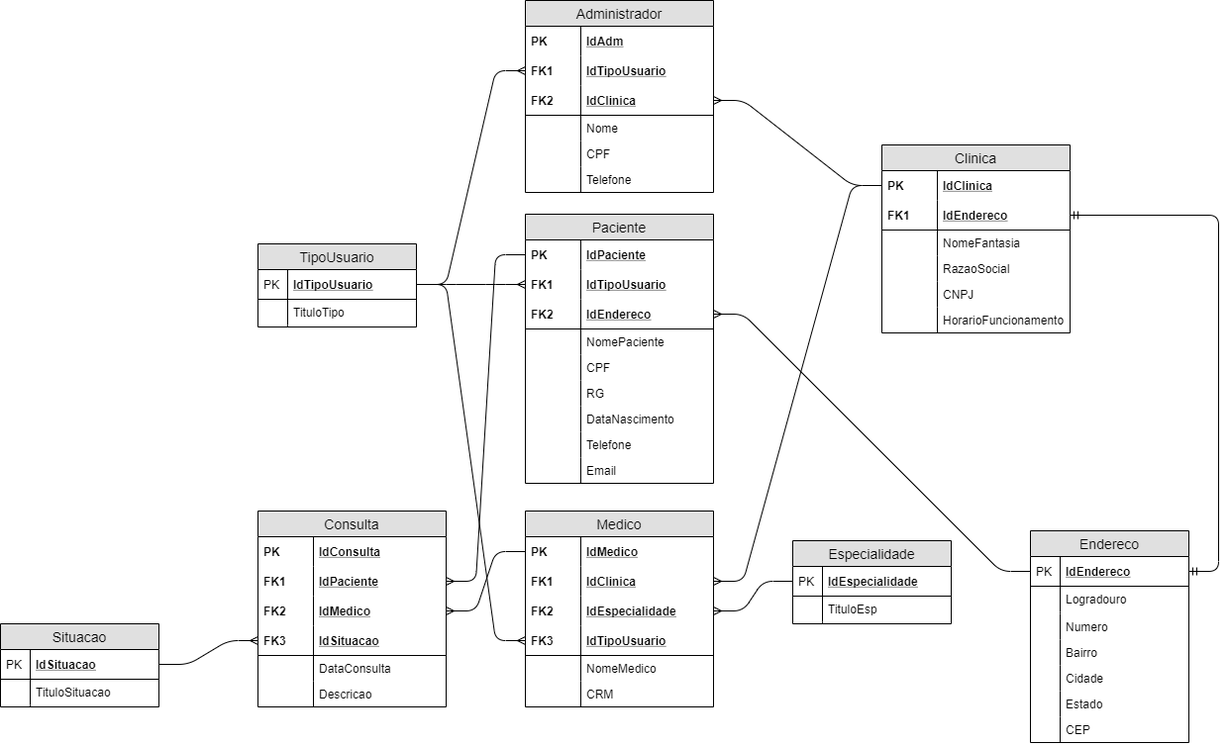
Earlier version of the draw.io export Modelagem/ProjetoSPMedicalGroup-LOGICO.png (alexandre-ls94/Projeto-SPMedicalGroup). Source tidied: cells renumbered, new cells last; positions are measured from the earlier drawing's top-left corner, leaving out a move shared by most shapes.
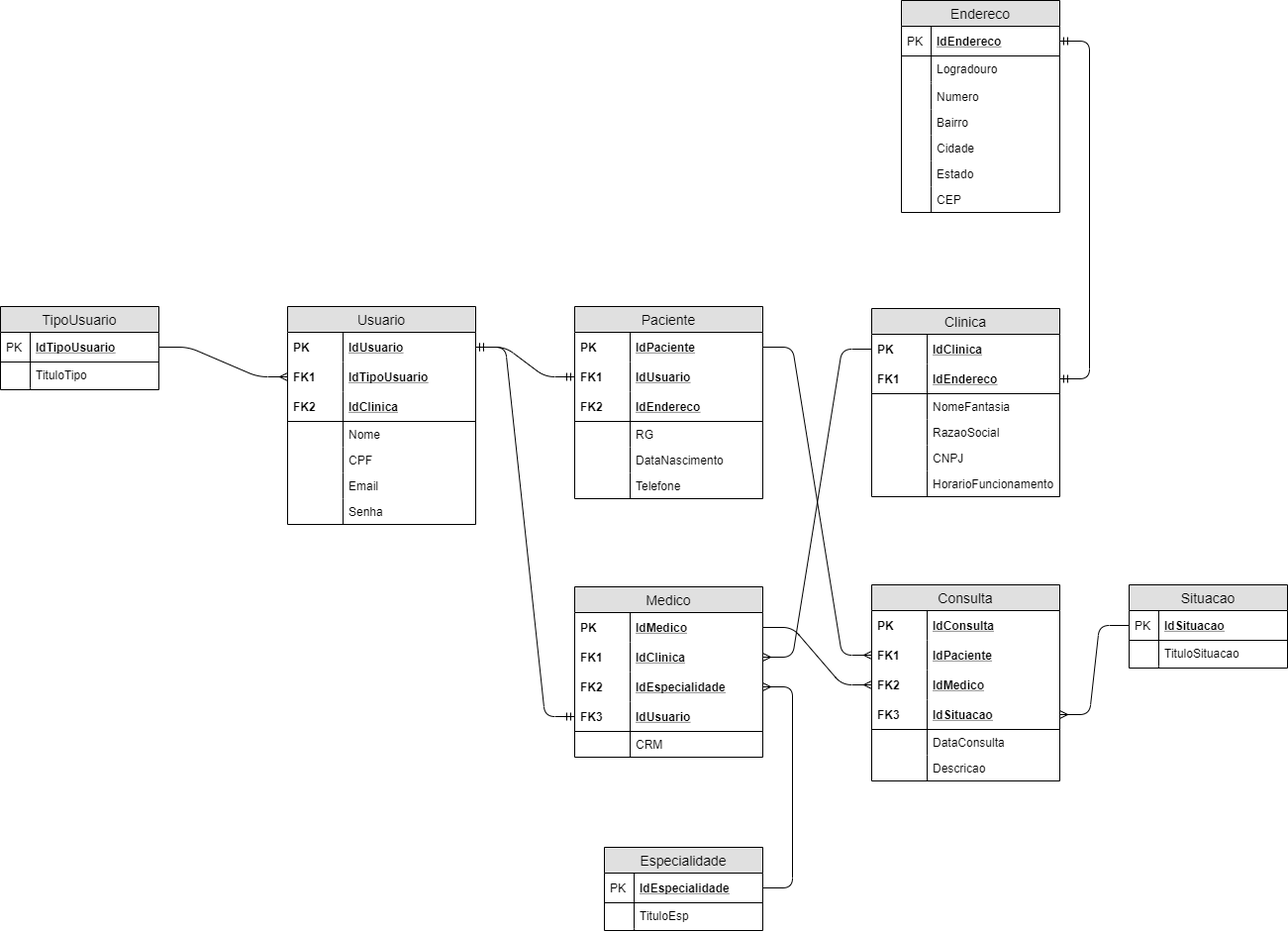
The same file after the commit.

Change to the diagram source:
```diff
@@ -3,7 +3,7 @@
     <mxCell id="0" />
     <mxCell id="1" parent="0" />
     <mxCell id="2" value="Situacao" style="swimlane;fontStyle=0;horizontal=1;startSize=26;fillColor=#e0e0e0;swimlaneFillColor=#ffffff;align=center;fontSize=14;" parent="1" vertex="1">
-      <mxGeometry y="630" width="160" height="84" as="geometry" />
+      <mxGeometry x="1140" y="586" width="160" height="84" as="geometry" />
     </mxCell>
     <mxCell id="3" value="IdSituacao" style="shape=partialRectangle;top=0;left=0;right=0;bottom=1;align=left;verticalAlign=middle;fillColor=none;spacingLeft=34;spacingRight=4;overflow=hidden;points=[[0,0.5],[1,0.5]];portConstraint=eastwest;fontStyle=5;fontSize=12;" parent="2" vertex="1">
       <mxGeometry y="26" width="160" height="30" as="geometry" />
@@ -24,7 +24,7 @@
       <mxGeometry width="30" height="2" as="geometry" />
     </mxCell>
     <mxCell id="9" value="Especialidade" style="swimlane;fontStyle=0;horizontal=1;startSize=26;fillColor=#e0e0e0;swimlaneFillColor=#ffffff;align=center;fontSize=14;" parent="1" vertex="1">
-      <mxGeometry x="800" y="546" width="160" height="84" as="geometry" />
+      <mxGeometry x="610" y="851" width="160" height="84" as="geometry" />
     </mxCell>
     <mxCell id="10" value="IdEspecialidade" style="shape=partialRectangle;top=0;left=0;right=0;bottom=1;align=left;verticalAlign=middle;fillColor=none;spacingLeft=34;spacingRight=4;overflow=hidden;points=[[0,0.5],[1,0.5]];portConstraint=eastwest;fontStyle=5;fontSize=12;" parent="9" vertex="1">
       <mxGeometry y="26" width="160" height="30" as="geometry" />
@@ -45,7 +45,7 @@
       <mxGeometry width="30" height="2" as="geometry" />
     </mxCell>
     <mxCell id="16" value="TipoUsuario" style="swimlane;fontStyle=0;horizontal=1;startSize=26;fillColor=#e0e0e0;swimlaneFillColor=#ffffff;align=center;fontSize=14;" parent="1" vertex="1">
-      <mxGeometry x="260" y="246" width="160" height="84" as="geometry" />
+      <mxGeometry y="305" width="160" height="84" as="geometry" />
     </mxCell>
     <mxCell id="17" value="IdTipoUsuario" style="shape=partialRectangle;top=0;left=0;right=0;bottom=1;align=left;verticalAlign=middle;fillColor=none;spacingLeft=34;spacingRight=4;overflow=hidden;points=[[0,0.5],[1,0.5]];portConstraint=eastwest;fontStyle=5;fontSize=12;" parent="16" vertex="1">
       <mxGeometry y="26" width="160" height="30" as="geometry" />
@@ -66,7 +66,7 @@
       <mxGeometry width="30" height="2" as="geometry" />
     </mxCell>
     <mxCell id="23" value="Endereco" style="swimlane;fontStyle=0;horizontal=1;startSize=26;fillColor=#e0e0e0;swimlaneFillColor=#ffffff;align=center;fontSize=14;" parent="1" vertex="1">
-      <mxGeometry x="1040" y="536" width="160" height="214" as="geometry" />
+      <mxGeometry x="910" y="-4" width="160" height="214" as="geometry" />
     </mxCell>
     <mxCell id="24" value="IdEndereco" style="shape=partialRectangle;top=0;left=0;right=0;bottom=1;align=left;verticalAlign=middle;fillColor=none;spacingLeft=34;spacingRight=4;overflow=hidden;points=[[0,0.5],[1,0.5]];portConstraint=eastwest;fontStyle=5;fontSize=12;" parent="23" vertex="1">
       <mxGeometry y="26" width="160" height="30" as="geometry" />
@@ -117,7 +117,7 @@
       <mxGeometry width="30" height="26" as="geometry" />
     </mxCell>
     <mxCell id="40" value="Clinica" style="swimlane;fontStyle=0;horizontal=1;startSize=26;fillColor=#e0e0e0;swimlaneFillColor=#ffffff;align=center;fontSize=14;" parent="1" vertex="1">
-      <mxGeometry x="890" y="146" width="190" height="190" as="geometry" />
+      <mxGeometry x="880" y="307" width="190" height="190" as="geometry" />
     </mxCell>
     <mxCell id="41" value="IdClinica" style="shape=partialRectangle;top=0;left=0;right=0;bottom=0;align=left;verticalAlign=middle;fillColor=none;spacingLeft=60;spacingRight=4;overflow=hidden;points=[[0,0.5],[1,0.5]];portConstraint=eastwest;fontStyle=5;fontSize=12;" parent="40" vertex="1">
       <mxGeometry y="26" width="190" height="30" as="geometry" />
@@ -155,10 +155,10 @@
     <mxCell id="52" style="shape=partialRectangle;top=0;left=0;bottom=0;fillColor=none;align=left;verticalAlign=top;spacingLeft=4;spacingRight=4;overflow=hidden;fontSize=12;" parent="51" vertex="1">
       <mxGeometry width="56" height="26" as="geometry" />
     </mxCell>
-    <mxCell id="53" value="Administrador" style="swimlane;fontStyle=0;horizontal=1;startSize=26;fillColor=#e0e0e0;swimlaneFillColor=#ffffff;align=center;fontSize=14;" parent="1" vertex="1">
-      <mxGeometry x="530" width="190" height="194" as="geometry" />
+    <mxCell id="53" value="Usuario" style="swimlane;fontStyle=0;horizontal=1;startSize=26;fillColor=#e0e0e0;swimlaneFillColor=#ffffff;align=center;fontSize=14;" parent="1" vertex="1">
+      <mxGeometry x="290" y="305" width="190" height="220" as="geometry" />
     </mxCell>
-    <mxCell id="54" value="IdAdm" style="shape=partialRectangle;top=0;left=0;right=0;bottom=0;align=left;verticalAlign=middle;fillColor=none;spacingLeft=60;spacingRight=4;overflow=hidden;points=[[0,0.5],[1,0.5]];portConstraint=eastwest;fontStyle=5;fontSize=12;" parent="53" vertex="1">
+    <mxCell id="54" value="IdUsuario" style="shape=partialRectangle;top=0;left=0;right=0;bottom=0;align=left;verticalAlign=middle;fillColor=none;spacingLeft=60;spacingRight=4;overflow=hidden;points=[[0,0.5],[1,0.5]];portConstraint=eastwest;fontStyle=5;fontSize=12;" parent="53" vertex="1">
       <mxGeometry y="26" width="190" height="30" as="geometry" />
     </mxCell>
     <mxCell id="55" value="PK" style="shape=partialRectangle;fontStyle=1;top=0;left=0;bottom=0;fillColor=none;align=left;verticalAlign=middle;spacingLeft=4;spacingRight=4;overflow=hidden;fontSize=12;" parent="54" vertex="1">
@@ -188,14 +188,20 @@
     <mxCell id="63" style="shape=partialRectangle;top=0;left=0;bottom=0;fillColor=none;align=left;verticalAlign=top;spacingLeft=4;spacingRight=4;overflow=hidden;fontSize=12;" parent="62" vertex="1">
       <mxGeometry width="56" height="26" as="geometry" />
     </mxCell>
-    <mxCell id="64" value="Telefone" style="shape=partialRectangle;top=0;left=0;right=0;bottom=0;align=left;verticalAlign=top;fillColor=none;spacingLeft=60;spacingRight=4;overflow=hidden;fontSize=12;" parent="53" vertex="1">
+    <mxCell id="64" value="Email" style="shape=partialRectangle;top=0;left=0;right=0;bottom=0;align=left;verticalAlign=top;fillColor=none;spacingLeft=60;spacingRight=4;overflow=hidden;fontSize=12;" parent="53" vertex="1">
       <mxGeometry y="168" width="190" height="26" as="geometry" />
     </mxCell>
     <mxCell id="65" style="shape=partialRectangle;top=0;left=0;bottom=0;fillColor=none;align=left;verticalAlign=top;spacingLeft=4;spacingRight=4;overflow=hidden;fontSize=12;" parent="64" vertex="1">
       <mxGeometry width="56" height="26" as="geometry" />
     </mxCell>
+    <mxCell id="122" value="Senha" style="shape=partialRectangle;top=0;left=0;right=0;bottom=0;align=left;verticalAlign=top;fillColor=none;spacingLeft=60;spacingRight=4;overflow=hidden;fontSize=12;" parent="53" vertex="1">
+      <mxGeometry y="194" width="190" height="26" as="geometry" />
+    </mxCell>
+    <mxCell id="123" style="shape=partialRectangle;top=0;left=0;bottom=0;fillColor=none;align=left;verticalAlign=top;spacingLeft=4;spacingRight=4;overflow=hidden;fontSize=12;" parent="122" vertex="1">
+      <mxGeometry width="56" height="26" as="geometry" />
+    </mxCell>
     <mxCell id="66" value="Paciente" style="swimlane;fontStyle=0;horizontal=1;startSize=26;fillColor=#e0e0e0;swimlaneFillColor=#ffffff;align=center;fontSize=14;" parent="1" vertex="1">
-      <mxGeometry x="530" y="216" width="190" height="272" as="geometry" />
+      <mxGeometry x="580" y="305" width="190" height="194" as="geometry" />
     </mxCell>
     <mxCell id="67" value="IdPaciente" style="shape=partialRectangle;top=0;left=0;right=0;bottom=0;align=left;verticalAlign=middle;fillColor=none;spacingLeft=60;spacingRight=4;overflow=hidden;points=[[0,0.5],[1,0.5]];portConstraint=eastwest;fontStyle=5;fontSize=12;" parent="66" vertex="1">
       <mxGeometry y="26" width="190" height="30" as="geometry" />
@@ -203,7 +209,7 @@
     <mxCell id="68" value="PK" style="shape=partialRectangle;fontStyle=1;top=0;left=0;bottom=0;fillColor=none;align=left;verticalAlign=middle;spacingLeft=4;spacingRight=4;overflow=hidden;fontSize=12;" parent="67" vertex="1">
       <mxGeometry width="56" height="30" as="geometry" />
     </mxCell>
-    <mxCell id="69" value="IdTipoUsuario" style="shape=partialRectangle;top=0;left=0;right=0;bottom=0;align=left;verticalAlign=middle;fillColor=none;spacingLeft=60;spacingRight=4;overflow=hidden;points=[[0,0.5],[1,0.5]];portConstraint=eastwest;fontStyle=5;fontSize=12;" parent="66" vertex="1">
+    <mxCell id="69" value="IdUsuario" style="shape=partialRectangle;top=0;left=0;right=0;bottom=0;align=left;verticalAlign=middle;fillColor=none;spacingLeft=60;spacingRight=4;overflow=hidden;points=[[0,0.5],[1,0.5]];portConstraint=eastwest;fontStyle=5;fontSize=12;" parent="66" vertex="1">
       <mxGeometry y="56" width="190" height="30" as="geometry" />
     </mxCell>
     <mxCell id="70" value="FK1" style="shape=partialRectangle;fontStyle=1;top=0;left=0;bottom=0;fillColor=none;align=left;verticalAlign=middle;spacingLeft=4;spacingRight=4;overflow=hidden;fontSize=12;" parent="69" vertex="1">
@@ -215,44 +221,26 @@
     <mxCell id="72" value="FK2" style="shape=partialRectangle;fontStyle=1;top=0;left=0;bottom=0;fillColor=none;align=left;verticalAlign=middle;spacingLeft=4;spacingRight=4;overflow=hidden;fontSize=12;" parent="71" vertex="1">
       <mxGeometry width="56" height="30" as="geometry" />
     </mxCell>
-    <mxCell id="73" value="NomePaciente" style="shape=partialRectangle;top=0;left=0;right=0;bottom=0;align=left;verticalAlign=top;fillColor=none;spacingLeft=60;spacingRight=4;overflow=hidden;fontSize=12;" parent="66" vertex="1">
-      <mxGeometry y="116" width="190" height="26" as="geometry" />
-    </mxCell>
-    <mxCell id="74" style="shape=partialRectangle;top=0;left=0;bottom=0;fillColor=none;align=left;verticalAlign=top;spacingLeft=4;spacingRight=4;overflow=hidden;fontSize=12;" parent="73" vertex="1">
-      <mxGeometry width="56" height="26" as="geometry" />
-    </mxCell>
-    <mxCell id="75" value="CPF" style="shape=partialRectangle;top=0;left=0;right=0;bottom=0;align=left;verticalAlign=top;fillColor=none;spacingLeft=60;spacingRight=4;overflow=hidden;fontSize=12;" parent="66" vertex="1">
-      <mxGeometry y="142" width="190" height="26" as="geometry" />
-    </mxCell>
-    <mxCell id="76" style="shape=partialRectangle;top=0;left=0;bottom=0;fillColor=none;align=left;verticalAlign=top;spacingLeft=4;spacingRight=4;overflow=hidden;fontSize=12;" parent="75" vertex="1">
-      <mxGeometry width="56" height="26" as="geometry" />
-    </mxCell>
     <mxCell id="77" value="RG" style="shape=partialRectangle;top=0;left=0;right=0;bottom=0;align=left;verticalAlign=top;fillColor=none;spacingLeft=60;spacingRight=4;overflow=hidden;fontSize=12;" parent="66" vertex="1">
-      <mxGeometry y="168" width="190" height="26" as="geometry" />
+      <mxGeometry y="116" width="190" height="26" as="geometry" />
     </mxCell>
     <mxCell id="78" style="shape=partialRectangle;top=0;left=0;bottom=0;fillColor=none;align=left;verticalAlign=top;spacingLeft=4;spacingRight=4;overflow=hidden;fontSize=12;" parent="77" vertex="1">
       <mxGeometry width="56" height="26" as="geometry" />
     </mxCell>
     <mxCell id="79" value="DataNascimento" style="shape=partialRectangle;top=0;left=0;right=0;bottom=0;align=left;verticalAlign=top;fillColor=none;spacingLeft=60;spacingRight=4;overflow=hidden;fontSize=12;" parent="66" vertex="1">
-      <mxGeometry y="194" width="190" height="26" as="geometry" />
+      <mxGeometry y="142" width="190" height="26" as="geometry" />
     </mxCell>
     <mxCell id="80" style="shape=partialRectangle;top=0;left=0;bottom=0;fillColor=none;align=left;verticalAlign=top;spacingLeft=4;spacingRight=4;overflow=hidden;fontSize=12;" parent="79" vertex="1">
       <mxGeometry width="56" height="26" as="geometry" />
     </mxCell>
     <mxCell id="81" value="Telefone" style="shape=partialRectangle;top=0;left=0;right=0;bottom=0;align=left;verticalAlign=top;fillColor=none;spacingLeft=60;spacingRight=4;overflow=hidden;fontSize=12;" parent="66" vertex="1">
-      <mxGeometry y="220" width="190" height="26" as="geometry" />
+      <mxGeometry y="168" width="190" height="26" as="geometry" />
     </mxCell>
     <mxCell id="82" style="shape=partialRectangle;top=0;left=0;bottom=0;fillColor=none;align=left;verticalAlign=top;spacingLeft=4;spacingRight=4;overflow=hidden;fontSize=12;" parent="81" vertex="1">
       <mxGeometry width="56" height="26" as="geometry" />
     </mxCell>
-    <mxCell id="83" value="Email" style="shape=partialRectangle;top=0;left=0;right=0;bottom=0;align=left;verticalAlign=top;fillColor=none;spacingLeft=60;spacingRight=4;overflow=hidden;fontSize=12;" parent="66" vertex="1">
-      <mxGeometry y="246" width="190" height="26" as="geometry" />
-    </mxCell>
-    <mxCell id="84" style="shape=partialRectangle;top=0;left=0;bottom=0;fillColor=none;align=left;verticalAlign=top;spacingLeft=4;spacingRight=4;overflow=hidden;fontSize=12;" parent="83" vertex="1">
-      <mxGeometry width="56" height="26" as="geometry" />
-    </mxCell>
     <mxCell id="85" value="Medico" style="swimlane;fontStyle=0;horizontal=1;startSize=26;fillColor=#e0e0e0;swimlaneFillColor=#ffffff;align=center;fontSize=14;" parent="1" vertex="1">
-      <mxGeometry x="530" y="516" width="190" height="198" as="geometry" />
+      <mxGeometry x="580" y="588" width="190" height="172" as="geometry" />
     </mxCell>
     <mxCell id="86" value="IdMedico" style="shape=partialRectangle;top=0;left=0;right=0;bottom=0;align=left;verticalAlign=middle;fillColor=none;spacingLeft=60;spacingRight=4;overflow=hidden;points=[[0,0.5],[1,0.5]];portConstraint=eastwest;fontStyle=5;fontSize=12;" parent="85" vertex="1">
       <mxGeometry y="26" width="190" height="30" as="geometry" />
@@ -272,26 +260,20 @@
     <mxCell id="91" value="FK2" style="shape=partialRectangle;fontStyle=1;top=0;left=0;bottom=0;fillColor=none;align=left;verticalAlign=middle;spacingLeft=4;spacingRight=4;overflow=hidden;fontSize=12;" parent="90" vertex="1">
       <mxGeometry width="56" height="30" as="geometry" />
     </mxCell>
-    <mxCell id="92" value="IdTipoUsuario" style="shape=partialRectangle;top=0;left=0;right=0;bottom=1;align=left;verticalAlign=middle;fillColor=none;spacingLeft=60;spacingRight=4;overflow=hidden;points=[[0,0.5],[1,0.5]];portConstraint=eastwest;fontStyle=5;fontSize=12;" parent="85" vertex="1">
+    <mxCell id="92" value="IdUsuario" style="shape=partialRectangle;top=0;left=0;right=0;bottom=1;align=left;verticalAlign=middle;fillColor=none;spacingLeft=60;spacingRight=4;overflow=hidden;points=[[0,0.5],[1,0.5]];portConstraint=eastwest;fontStyle=5;fontSize=12;" parent="85" vertex="1">
       <mxGeometry y="116" width="190" height="30" as="geometry" />
     </mxCell>
     <mxCell id="93" value="FK3" style="shape=partialRectangle;fontStyle=1;top=0;left=0;bottom=0;fillColor=none;align=left;verticalAlign=middle;spacingLeft=4;spacingRight=4;overflow=hidden;fontSize=12;" parent="92" vertex="1">
       <mxGeometry width="56" height="30" as="geometry" />
     </mxCell>
-    <mxCell id="94" value="NomeMedico" style="shape=partialRectangle;top=0;left=0;right=0;bottom=0;align=left;verticalAlign=top;fillColor=none;spacingLeft=60;spacingRight=4;overflow=hidden;fontSize=12;" parent="85" vertex="1">
-      <mxGeometry y="146" width="190" height="26" as="geometry" />
-    </mxCell>
-    <mxCell id="95" style="shape=partialRectangle;top=0;left=0;bottom=0;fillColor=none;align=left;verticalAlign=top;spacingLeft=4;spacingRight=4;overflow=hidden;fontSize=12;" parent="94" vertex="1">
-      <mxGeometry width="56" height="26" as="geometry" />
-    </mxCell>
     <mxCell id="96" value="CRM" style="shape=partialRectangle;top=0;left=0;right=0;bottom=0;align=left;verticalAlign=top;fillColor=none;spacingLeft=60;spacingRight=4;overflow=hidden;fontSize=12;" parent="85" vertex="1">
-      <mxGeometry y="172" width="190" height="26" as="geometry" />
+      <mxGeometry y="146" width="190" height="26" as="geometry" />
     </mxCell>
     <mxCell id="97" style="shape=partialRectangle;top=0;left=0;bottom=0;fillColor=none;align=left;verticalAlign=top;spacingLeft=4;spacingRight=4;overflow=hidden;fontSize=12;" parent="96" vertex="1">
       <mxGeometry width="56" height="26" as="geometry" />
     </mxCell>
     <mxCell id="98" value="Consulta" style="swimlane;fontStyle=0;horizontal=1;startSize=26;fillColor=#e0e0e0;swimlaneFillColor=#ffffff;align=center;fontSize=14;" parent="1" vertex="1">
-      <mxGeometry x="260" y="516" width="190" height="198" as="geometry" />
+      <mxGeometry x="880" y="586" width="190" height="198" as="geometry" />
     </mxCell>
     <mxCell id="99" value="IdConsulta" style="shape=partialRectangle;top=0;left=0;right=0;bottom=0;align=left;verticalAlign=middle;fillColor=none;spacingLeft=60;spacingRight=4;overflow=hidden;fontStyle=5;fontSize=12;" parent="98" vertex="1">
       <mxGeometry y="26" width="190" height="30" as="geometry" />
@@ -329,38 +311,32 @@
     <mxCell id="110" style="shape=partialRectangle;top=0;left=0;bottom=0;fillColor=none;align=left;verticalAlign=top;spacingLeft=4;spacingRight=4;overflow=hidden;fontSize=12;" parent="109" vertex="1">
       <mxGeometry width="56" height="26" as="geometry" />
     </mxCell>
+    <mxCell id="118" style="edgeStyle=entityRelationEdgeStyle;fontSize=12;html=1;endArrow=ERmany;" parent="1" edge="1" source="41" target="88">
+      <mxGeometry relative="1" as="geometry" />
+    </mxCell>
+    <mxCell id="124" style="edgeStyle=entityRelationEdgeStyle;fontSize=12;html=1;endArrow=ERmandOne;startArrow=ERmandOne;" parent="1" edge="1" source="54" target="69">
+      <mxGeometry relative="1" as="geometry" />
+    </mxCell>
+    <mxCell id="125" style="edgeStyle=entityRelationEdgeStyle;fontSize=12;html=1;endArrow=ERmandOne;startArrow=ERmandOne;" parent="1" edge="1" source="54" target="92">
+      <mxGeometry relative="1" as="geometry" />
+    </mxCell>
+    <mxCell id="115" style="edgeStyle=entityRelationEdgeStyle;fontSize=12;html=1;endArrow=ERmandOne;startArrow=ERmandOne;" parent="1" edge="1" source="43" target="24">
+      <mxGeometry relative="1" as="geometry" />
+    </mxCell>
+    <mxCell id="114" style="edgeStyle=entityRelationEdgeStyle;fontSize=12;html=1;endArrow=ERmany;" parent="1" edge="1" source="10" target="90">
+      <mxGeometry relative="1" as="geometry" />
+    </mxCell>
+    <mxCell id="119" style="edgeStyle=entityRelationEdgeStyle;fontSize=12;html=1;endArrow=ERmany;" parent="1" edge="1" source="3" target="105">
+      <mxGeometry relative="1" as="geometry" />
+    </mxCell>
     <mxCell id="111" style="edgeStyle=entityRelationEdgeStyle;fontSize=12;html=1;endArrow=ERmany;" parent="1" edge="1" source="17" target="56">
       <mxGeometry relative="1" as="geometry" />
     </mxCell>
-    <mxCell id="112" style="edgeStyle=entityRelationEdgeStyle;fontSize=12;html=1;endArrow=ERmany;" parent="1" edge="1" source="17" target="69">
-      <mxGeometry relative="1" as="geometry" />
-    </mxCell>
-    <mxCell id="113" style="edgeStyle=entityRelationEdgeStyle;fontSize=12;html=1;endArrow=ERmany;" parent="1" edge="1" source="17" target="92">
-      <mxGeometry relative="1" as="geometry" />
-    </mxCell>
-    <mxCell id="114" style="edgeStyle=entityRelationEdgeStyle;fontSize=12;html=1;endArrow=ERmany;" parent="1" edge="1" source="10" target="90">
-      <mxGeometry relative="1" as="geometry" />
-    </mxCell>
-    <mxCell id="115" style="edgeStyle=entityRelationEdgeStyle;fontSize=12;html=1;endArrow=ERmandOne;startArrow=ERmandOne;" parent="1" edge="1" source="43" target="24">
-      <mxGeometry relative="1" as="geometry" />
-    </mxCell>
-    <mxCell id="116" style="edgeStyle=entityRelationEdgeStyle;fontSize=12;html=1;endArrow=ERmany;" parent="1" edge="1" source="24" target="71">
-      <mxGeometry relative="1" as="geometry" />
-    </mxCell>
-    <mxCell id="117" style="edgeStyle=entityRelationEdgeStyle;fontSize=12;html=1;endArrow=ERmany;" parent="1" edge="1" source="41" target="58">
-      <mxGeometry relative="1" as="geometry" />
-    </mxCell>
-    <mxCell id="118" style="edgeStyle=entityRelationEdgeStyle;fontSize=12;html=1;endArrow=ERmany;" parent="1" edge="1" source="41" target="88">
-      <mxGeometry relative="1" as="geometry" />
-    </mxCell>
-    <mxCell id="119" style="edgeStyle=entityRelationEdgeStyle;fontSize=12;html=1;endArrow=ERmany;" parent="1" edge="1" source="3" target="105">
-      <mxGeometry relative="1" as="geometry" />
-    </mxCell>
+    <mxCell id="121" style="edgeStyle=entityRelationEdgeStyle;fontSize=12;html=1;endArrow=ERmany;" parent="1" edge="1" source="67" target="101">
+      <mxGeometry relative="1" as="geometry" />
+    </mxCell>
     <mxCell id="120" style="edgeStyle=entityRelationEdgeStyle;fontSize=12;html=1;endArrow=ERmany;" parent="1" edge="1" source="86" target="103">
       <mxGeometry relative="1" as="geometry" />
     </mxCell>
-    <mxCell id="121" style="edgeStyle=entityRelationEdgeStyle;fontSize=12;html=1;endArrow=ERmany;" parent="1" edge="1" source="67" target="101">
-      <mxGeometry relative="1" as="geometry" />
-    </mxCell>
   </root>
 </mxGraphModel>
```
